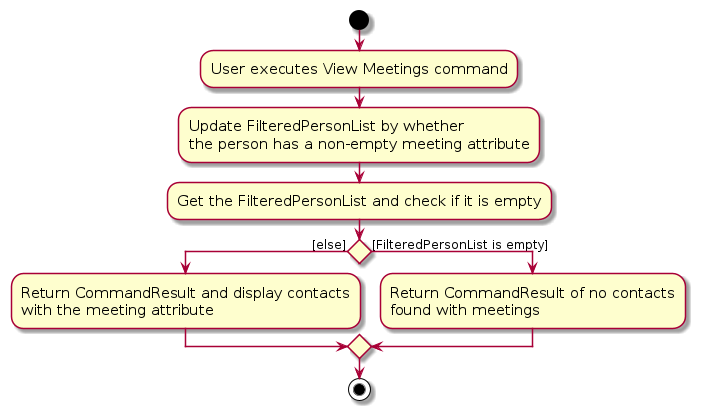
The PlantUML diagram diagrams/ViewMeetingsActivityDiagram.png in AY2324S2-CS2103T-F14-4/tp, before a commit. Its source is kept beside it as diagrams/ViewMeetingsActivityDiagram.puml.
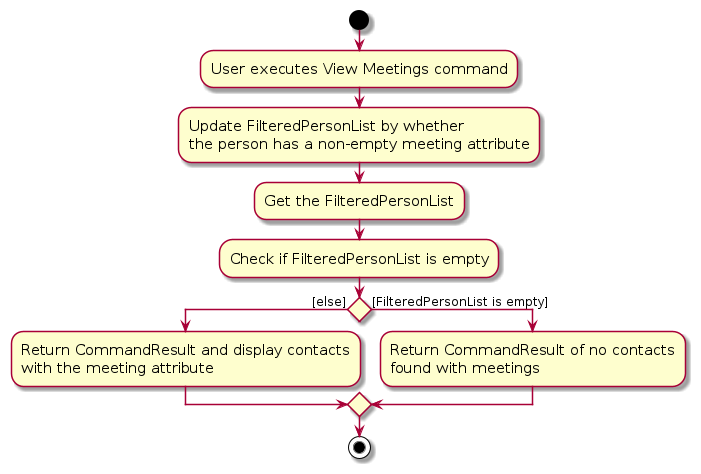
Later version of the same file.

Diff of the diagram source:
```diff
@@ -8,7 +8,8 @@
 
 :Update FilteredPersonList by whether
 the person has a non-empty meeting attribute;
-:Get the FilteredPersonList and check if it is empty;
+:Get the FilteredPersonList;
+:Check if FilteredPersonList is empty;
 if () then ([else])
     :Return CommandResult and display contacts
     with the meeting attribute;
```
